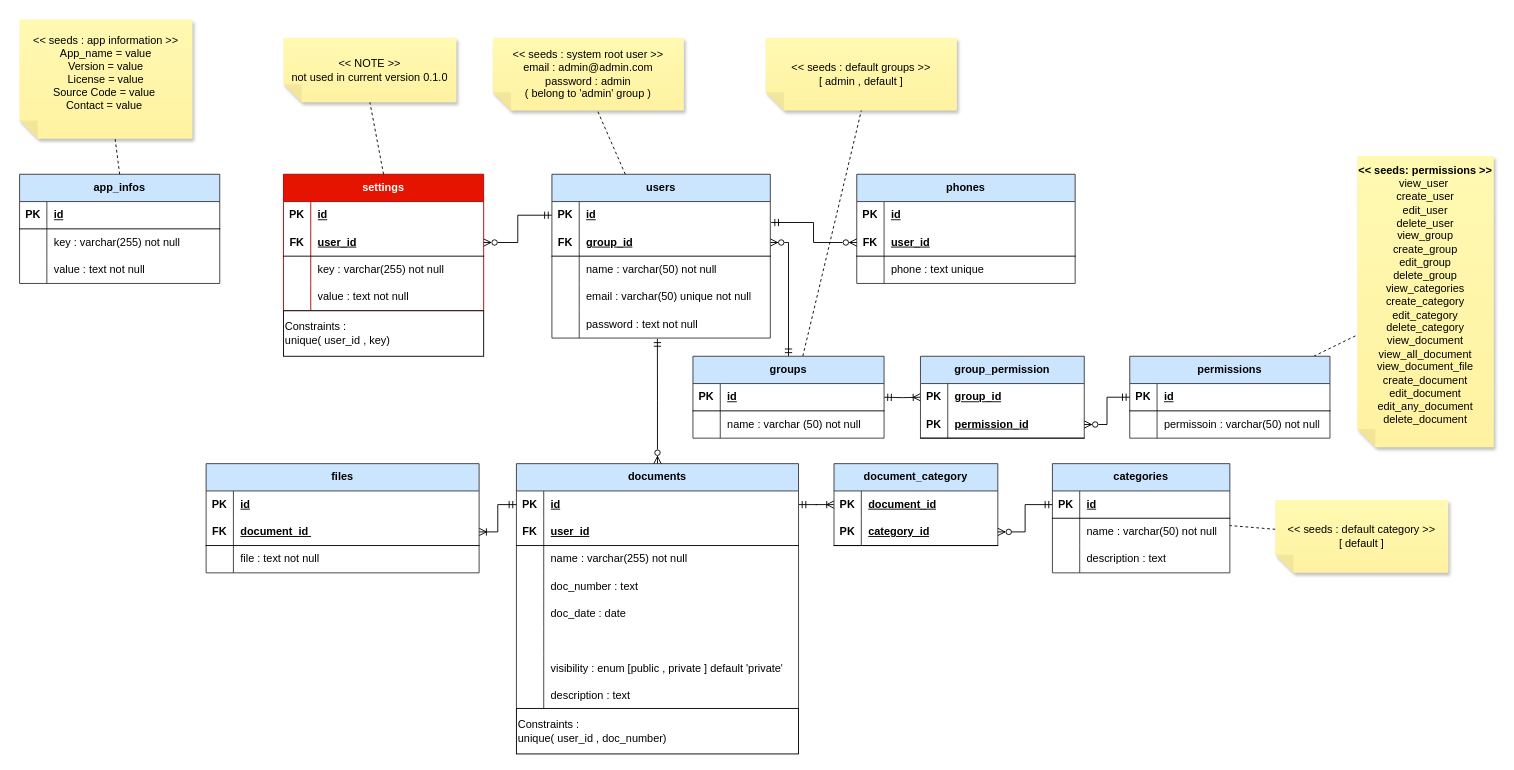
This is page "db_schema" (1 of 3) of planning/diagram.drawio from khaledfathi/documents-vault, a draw.io file, before an edit. Source tidied: cells renumbered, new cells numbered last; positions are measured from the earlier drawing's top-left corner, leaving out a move shared by most shapes. Both pictures are drawn from the tidied source at 91%, with x=0, y=0 at pixel (19, 19).
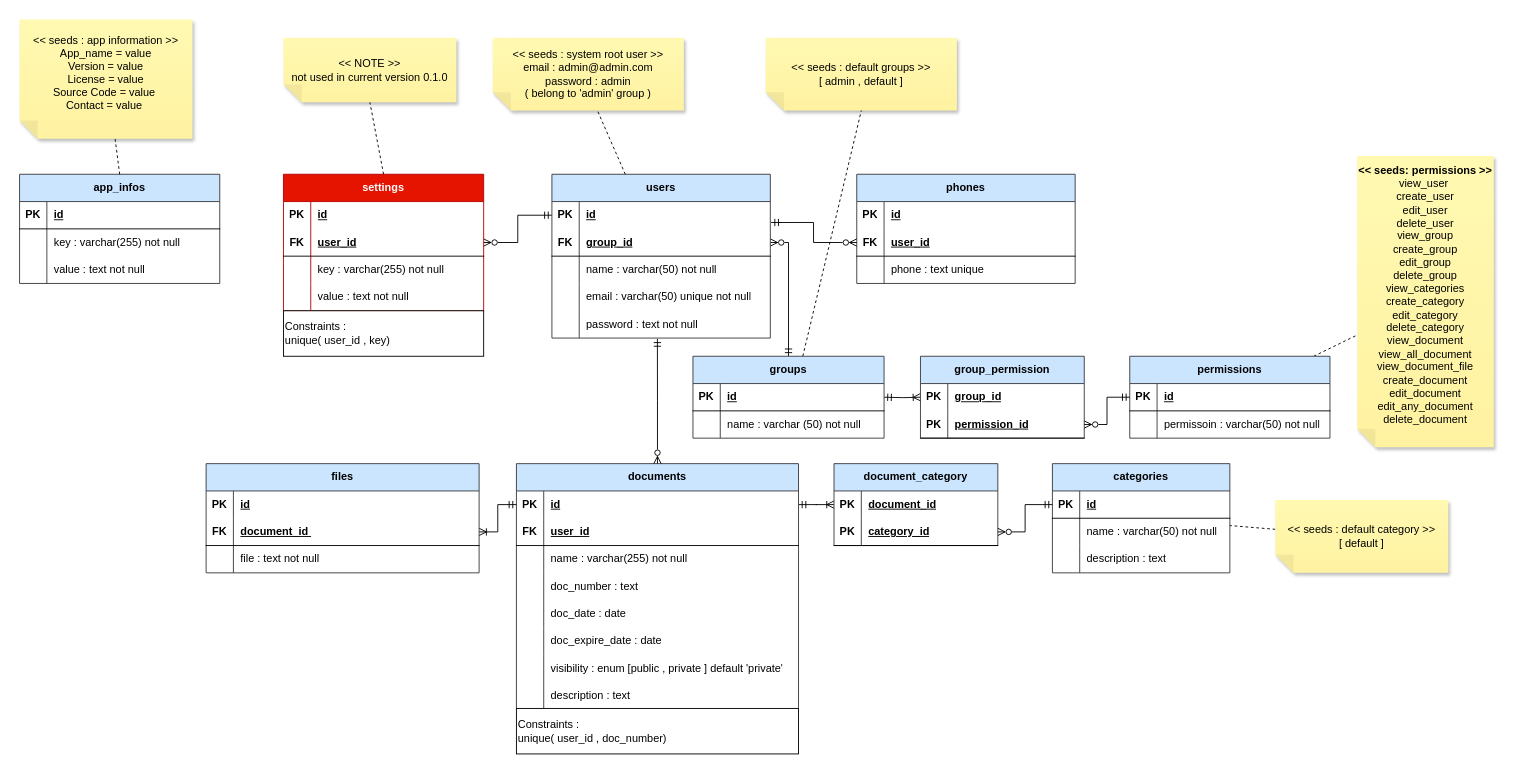
The same page after the edit.

Commit message (it also covers changes not shown here):
update generate token usecase

Unchanged cells that the change refers to:
```xml
<mxCell id="50" style="shape=tableRow;horizontal=0;startSize=0;swimlaneHead=0;swimlaneBody=0;fillColor=none;top=0;left=0;right=0;bottom=0;html=1;" parent="34" vertex="1">
  <mxGeometry y="180" width="310" height="30" as="geometry" />
</mxCell>
```

Change to the diagram source:
```diff
@@
-    <mxCell id="52" value=" " style="shape=partialRectangle;fillColor=none;top=0;left=0;bottom=0;right=0;align=left;spacingLeft=6;overflow=hidden;html=1;whiteSpace=wrap;" parent="50" vertex="1">
+    <mxCell id="52" value="doc_expire_date : date&amp;nbsp; " style="shape=partialRectangle;fillColor=none;top=0;left=0;bottom=0;right=0;align=left;spacingLeft=6;overflow=hidden;html=1;whiteSpace=wrap;" parent="50" vertex="1">
       <mxGeometry x="30" width="280" height="30" as="geometry" />
     </mxCell>
```
